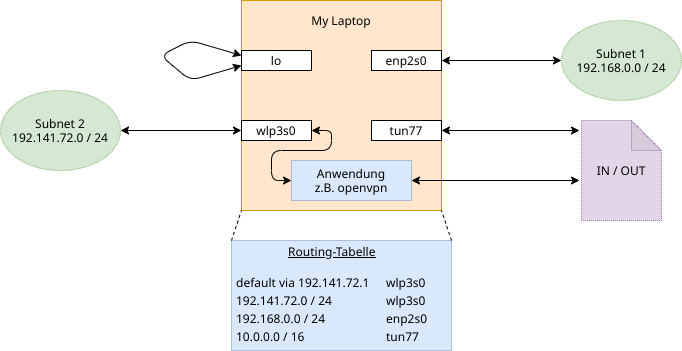
Earlier version of the draw.io export latex/interfaces02.png (lucaswzyk/pres_tun_tap). Source tidied: cells renumbered, new cells last; positions are measured from the earlier drawing's top-left corner, leaving out a move shared by most shapes. Source of this version:
```xml
<mxGraphModel>
  <root>
    <mxCell id="0" />
    <mxCell id="1" parent="0" />
    <mxCell id="2" style="rounded=0;whiteSpace=wrap;html=1;fillColor=#ffe6cc;strokeColor=#d79b00;" parent="1" vertex="1">
      <mxGeometry x="241" width="200" height="210" as="geometry" />
    </mxCell>
    <mxCell id="3" value="My Laptop" style="text;html=1;strokeColor=none;fillColor=none;align=center;verticalAlign=middle;whiteSpace=wrap;rounded=0;" parent="1" vertex="1">
      <mxGeometry x="301" y="10" width="80" height="20" as="geometry" />
    </mxCell>
    <mxCell id="4" value="lo" style="rounded=0;whiteSpace=wrap;html=1;" parent="1" vertex="1">
      <mxGeometry x="241" y="50" width="70" height="20" as="geometry" />
    </mxCell>
    <mxCell id="5" value="enp2s0" style="rounded=0;whiteSpace=wrap;html=1;" parent="1" vertex="1">
      <mxGeometry x="371" y="50" width="70" height="20" as="geometry" />
    </mxCell>
    <mxCell id="6" value="wlp3s0" style="rounded=0;whiteSpace=wrap;html=1;" parent="1" vertex="1">
      <mxGeometry x="241" y="120" width="70" height="20" as="geometry" />
    </mxCell>
    <mxCell id="7" value="Subnet 2&lt;br&gt;192.141.72.0 / 24" style="ellipse;whiteSpace=wrap;html=1;dashed=1;dashPattern=1 1;fillColor=#d5e8d4;strokeColor=#82b366;" parent="1" vertex="1">
      <mxGeometry y="90" width="120" height="80" as="geometry" />
    </mxCell>
    <mxCell id="8" style="endArrow=classic;startArrow=classic;html=1;entryX=0;entryY=0.5;entryDx=0;entryDy=0;exitX=1;exitY=0.5;exitDx=0;exitDy=0;" parent="1" edge="1" source="5" target="10">
      <mxGeometry relative="1" as="geometry" />
    </mxCell>
    <mxCell id="9" style="endArrow=classic;startArrow=classic;html=1;exitX=1;exitY=0.5;exitDx=0;exitDy=0;entryX=0;entryY=0.5;entryDx=0;entryDy=0;" parent="1" edge="1" source="7" target="6">
      <mxGeometry relative="1" as="geometry" />
    </mxCell>
    <mxCell id="10" value="Subnet 1&lt;br&gt;192.168.0.0 / 24" style="ellipse;whiteSpace=wrap;html=1;dashed=1;dashPattern=1 1;fillColor=#d5e8d4;strokeColor=#82b366;" parent="1" vertex="1">
      <mxGeometry x="561" y="20" width="120" height="80" as="geometry" />
    </mxCell>
    <mxCell id="11" style="endArrow=classic;startArrow=classic;html=1;entryX=0;entryY=0.25;entryDx=0;entryDy=0;exitX=0;exitY=0.75;exitDx=0;exitDy=0;" parent="1" edge="1" source="4" target="4">
      <mxGeometry relative="1" as="geometry">
        <Array as="points">
          <mxPoint x="190" y="80" />
          <mxPoint x="160" y="55" />
          <mxPoint x="190" y="40" />
        </Array>
      </mxGeometry>
    </mxCell>
    <mxCell id="12" value="&lt;div style=&quot;text-align: center&quot;&gt;&lt;span&gt;&lt;u&gt;Routing-Tabelle&lt;/u&gt;&lt;/span&gt;&lt;/div&gt;&lt;div&gt;&lt;span&gt;&lt;u&gt;&lt;br&gt;&lt;/u&gt;&lt;/span&gt;&lt;/div&gt;&lt;table&gt;&lt;tbody&gt;&lt;tr&gt;&lt;td&gt;default via 192.141.72.1&amp;nbsp; &amp;nbsp;&amp;nbsp;&lt;br&gt;&lt;/td&gt;&lt;td&gt;wlp3s0&lt;br&gt;&lt;/td&gt;&lt;/tr&gt;&lt;tr&gt;&lt;td&gt;192.141.72.0 / 24&lt;br&gt;&lt;/td&gt;&lt;td&gt;wlp3s0&lt;br&gt;&lt;/td&gt;&lt;/tr&gt;&lt;tr&gt;&lt;td&gt;192.168.0.0 / 24&lt;br&gt;&lt;/td&gt;&lt;td&gt;enp2s0&lt;br&gt;&lt;/td&gt;&lt;/tr&gt;&lt;tr&gt;&lt;td&gt;10.0.0.0 / 16&lt;/td&gt;&lt;td&gt;tun77&lt;/td&gt;&lt;/tr&gt;&lt;/tbody&gt;&lt;/table&gt;" style="rounded=0;whiteSpace=wrap;html=1;dashed=1;dashPattern=1 1;fillColor=#dae8fc;strokeColor=#6c8ebf;align=left;" parent="1" vertex="1">
      <mxGeometry x="231" y="240" width="220" height="110" as="geometry" />
    </mxCell>
    <mxCell id="13" style="endArrow=none;dashed=1;html=1;exitX=0;exitY=0;exitDx=0;exitDy=0;entryX=0;entryY=1;entryDx=0;entryDy=0;" parent="1" edge="1" source="12" target="2">
      <mxGeometry relative="1" as="geometry" />
    </mxCell>
    <mxCell id="14" style="endArrow=none;dashed=1;html=1;exitX=1;exitY=0;exitDx=0;exitDy=0;entryX=1;entryY=1;entryDx=0;entryDy=0;" parent="1" edge="1" source="12" target="2">
      <mxGeometry relative="1" as="geometry" />
    </mxCell>
    <mxCell id="15" value="tun77" style="rounded=0;whiteSpace=wrap;html=1;" parent="1" vertex="1">
      <mxGeometry x="371" y="120" width="70" height="20" as="geometry" />
    </mxCell>
    <mxCell id="16" value="IN / OUT" style="shape=note;whiteSpace=wrap;html=1;backgroundOutline=1;darkOpacity=0.05;dashed=1;dashPattern=1 1;fillColor=#e1d5e7;strokeColor=#9673a6;" parent="1" vertex="1">
      <mxGeometry x="581" y="120" width="80" height="100" as="geometry" />
    </mxCell>
    <mxCell id="17" style="endArrow=classic;startArrow=classic;html=1;exitX=1;exitY=0.5;exitDx=0;exitDy=0;" parent="1" edge="1" source="15">
      <mxGeometry relative="1" as="geometry">
        <mxPoint x="579" y="130" as="targetPoint" />
      </mxGeometry>
    </mxCell>
    <mxCell id="18" value="Anwendung&lt;br&gt;z.B. openvpn" style="rounded=0;whiteSpace=wrap;html=1;dashed=1;dashPattern=1 1;fillColor=#dae8fc;strokeColor=#6c8ebf;" parent="1" vertex="1">
      <mxGeometry x="291" y="160" width="120" height="40" as="geometry" />
    </mxCell>
    <mxCell id="19" style="endArrow=classic;startArrow=classic;html=1;entryX=-0.025;entryY=0.6;entryDx=0;entryDy=0;entryPerimeter=0;exitX=1;exitY=0.5;exitDx=0;exitDy=0;" parent="1" edge="1" source="18" target="16">
      <mxGeometry relative="1" as="geometry" />
    </mxCell>
    <mxCell id="20" style="endArrow=classic;startArrow=classic;html=1;entryX=1;entryY=0.5;entryDx=0;entryDy=0;exitX=0;exitY=0.5;exitDx=0;exitDy=0;exitPerimeter=0;" parent="1" edge="1" source="18" target="6">
      <mxGeometry relative="1" as="geometry">
        <Array as="points">
          <mxPoint x="271" y="180" />
          <mxPoint x="271" y="150" />
          <mxPoint x="331" y="150" />
          <mxPoint x="331" y="130" />
        </Array>
      </mxGeometry>
    </mxCell>
  </root>
</mxGraphModel>
```
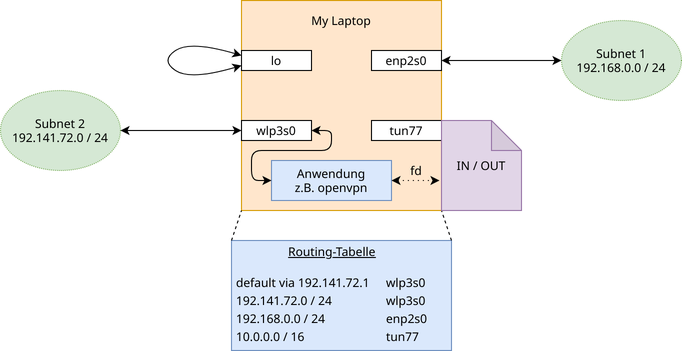
The same file after the commit.

Diff of the diagram source:
```diff
@@ -29,16 +29,16 @@
     <mxCell id="10" value="Subnet 1&lt;br&gt;192.168.0.0 / 24" style="ellipse;whiteSpace=wrap;html=1;dashed=1;dashPattern=1 1;fillColor=#d5e8d4;strokeColor=#82b366;" parent="1" vertex="1">
       <mxGeometry x="561" y="20" width="120" height="80" as="geometry" />
     </mxCell>
-    <mxCell id="11" style="endArrow=classic;startArrow=classic;html=1;entryX=0;entryY=0.25;entryDx=0;entryDy=0;exitX=0;exitY=0.75;exitDx=0;exitDy=0;" parent="1" edge="1" source="4" target="4">
+    <mxCell id="11" style="endArrow=classic;startArrow=classic;html=1;entryX=0;entryY=0.25;entryDx=0;entryDy=0;exitX=0;exitY=0.75;exitDx=0;exitDy=0;curved=1;" parent="1" edge="1" source="4" target="4">
       <mxGeometry relative="1" as="geometry">
         <Array as="points">
           <mxPoint x="190" y="80" />
-          <mxPoint x="160" y="55" />
+          <mxPoint x="160" y="60" />
           <mxPoint x="190" y="40" />
         </Array>
       </mxGeometry>
     </mxCell>
-    <mxCell id="12" value="&lt;div style=&quot;text-align: center&quot;&gt;&lt;span&gt;&lt;u&gt;Routing-Tabelle&lt;/u&gt;&lt;/span&gt;&lt;/div&gt;&lt;div&gt;&lt;span&gt;&lt;u&gt;&lt;br&gt;&lt;/u&gt;&lt;/span&gt;&lt;/div&gt;&lt;table&gt;&lt;tbody&gt;&lt;tr&gt;&lt;td&gt;default via 192.141.72.1&amp;nbsp; &amp;nbsp;&amp;nbsp;&lt;br&gt;&lt;/td&gt;&lt;td&gt;wlp3s0&lt;br&gt;&lt;/td&gt;&lt;/tr&gt;&lt;tr&gt;&lt;td&gt;192.141.72.0 / 24&lt;br&gt;&lt;/td&gt;&lt;td&gt;wlp3s0&lt;br&gt;&lt;/td&gt;&lt;/tr&gt;&lt;tr&gt;&lt;td&gt;192.168.0.0 / 24&lt;br&gt;&lt;/td&gt;&lt;td&gt;enp2s0&lt;br&gt;&lt;/td&gt;&lt;/tr&gt;&lt;tr&gt;&lt;td&gt;10.0.0.0 / 16&lt;/td&gt;&lt;td&gt;tun77&lt;/td&gt;&lt;/tr&gt;&lt;/tbody&gt;&lt;/table&gt;" style="rounded=0;whiteSpace=wrap;html=1;dashed=1;dashPattern=1 1;fillColor=#dae8fc;strokeColor=#6c8ebf;align=left;" parent="1" vertex="1">
+    <mxCell id="12" value="&lt;div style=&quot;text-align: center&quot;&gt;&lt;span&gt;&lt;u&gt;Routing-Tabelle&lt;/u&gt;&lt;/span&gt;&lt;/div&gt;&lt;div&gt;&lt;span&gt;&lt;u&gt;&lt;br&gt;&lt;/u&gt;&lt;/span&gt;&lt;/div&gt;&lt;table&gt;&lt;tbody&gt;&lt;tr&gt;&lt;td&gt;default via 192.141.72.1&amp;nbsp; &amp;nbsp;&amp;nbsp;&lt;br&gt;&lt;/td&gt;&lt;td&gt;wlp3s0&lt;br&gt;&lt;/td&gt;&lt;/tr&gt;&lt;tr&gt;&lt;td&gt;192.141.72.0 / 24&lt;br&gt;&lt;/td&gt;&lt;td&gt;wlp3s0&lt;br&gt;&lt;/td&gt;&lt;/tr&gt;&lt;tr&gt;&lt;td&gt;192.168.0.0 / 24&lt;br&gt;&lt;/td&gt;&lt;td&gt;enp2s0&lt;br&gt;&lt;/td&gt;&lt;/tr&gt;&lt;tr&gt;&lt;td&gt;10.0.0.0 / 16&lt;/td&gt;&lt;td&gt;tun77&lt;/td&gt;&lt;/tr&gt;&lt;/tbody&gt;&lt;/table&gt;" style="rounded=0;whiteSpace=wrap;html=1;fillColor=#dae8fc;strokeColor=#6c8ebf;align=left;" parent="1" vertex="1">
       <mxGeometry x="231" y="240" width="220" height="110" as="geometry" />
     </mxCell>
     <mxCell id="13" style="endArrow=none;dashed=1;html=1;exitX=0;exitY=0;exitDx=0;exitDy=0;entryX=0;entryY=1;entryDx=0;entryDy=0;" parent="1" edge="1" source="12" target="2">
@@ -50,29 +50,29 @@
     <mxCell id="15" value="tun77" style="rounded=0;whiteSpace=wrap;html=1;" parent="1" vertex="1">
       <mxGeometry x="371" y="120" width="70" height="20" as="geometry" />
     </mxCell>
-    <mxCell id="16" value="IN / OUT" style="shape=note;whiteSpace=wrap;html=1;backgroundOutline=1;darkOpacity=0.05;dashed=1;dashPattern=1 1;fillColor=#e1d5e7;strokeColor=#9673a6;" parent="1" vertex="1">
-      <mxGeometry x="581" y="120" width="80" height="100" as="geometry" />
+    <mxCell id="16" value="IN / OUT" style="shape=note;whiteSpace=wrap;html=1;backgroundOutline=1;darkOpacity=0.05;fillColor=#e1d5e7;strokeColor=#9673a6;" parent="1" vertex="1">
+      <mxGeometry x="441" y="120" width="80" height="90" as="geometry" />
     </mxCell>
-    <mxCell id="17" style="endArrow=classic;startArrow=classic;html=1;exitX=1;exitY=0.5;exitDx=0;exitDy=0;" parent="1" edge="1" source="15">
-      <mxGeometry relative="1" as="geometry">
-        <mxPoint x="579" y="130" as="targetPoint" />
-      </mxGeometry>
-    </mxCell>
-    <mxCell id="18" value="Anwendung&lt;br&gt;z.B. openvpn" style="rounded=0;whiteSpace=wrap;html=1;dashed=1;dashPattern=1 1;fillColor=#dae8fc;strokeColor=#6c8ebf;" parent="1" vertex="1">
-      <mxGeometry x="291" y="160" width="120" height="40" as="geometry" />
+    <mxCell id="18" value="Anwendung&lt;br&gt;z.B. openvpn" style="rounded=0;whiteSpace=wrap;html=1;fillColor=#dae8fc;strokeColor=#6c8ebf;" parent="1" vertex="1">
+      <mxGeometry x="271" y="160" width="120" height="40" as="geometry" />
     </mxCell>
-    <mxCell id="19" style="endArrow=classic;startArrow=classic;html=1;entryX=-0.025;entryY=0.6;entryDx=0;entryDy=0;entryPerimeter=0;exitX=1;exitY=0.5;exitDx=0;exitDy=0;" parent="1" edge="1" source="18" target="16">
-      <mxGeometry relative="1" as="geometry" />
+    <mxCell id="19" style="endArrow=classic;startArrow=classic;html=1;exitX=1;exitY=0.5;exitDx=0;exitDy=0;dashed=1;dashPattern=1 4;" parent="1" edge="1" source="18">
+      <mxGeometry relative="1" as="geometry">
+        <mxPoint x="439" y="180" as="targetPoint" />
+      </mxGeometry>
     </mxCell>
     <mxCell id="20" style="endArrow=classic;startArrow=classic;html=1;entryX=1;entryY=0.5;entryDx=0;entryDy=0;exitX=0;exitY=0.5;exitDx=0;exitDy=0;exitPerimeter=0;" parent="1" edge="1" source="18" target="6">
       <mxGeometry relative="1" as="geometry">
         <Array as="points">
-          <mxPoint x="271" y="180" />
-          <mxPoint x="271" y="150" />
+          <mxPoint x="251" y="180" />
+          <mxPoint x="251" y="150" />
           <mxPoint x="331" y="150" />
           <mxPoint x="331" y="130" />
         </Array>
       </mxGeometry>
     </mxCell>
+    <mxCell id="21" value="fd" style="text;html=1;strokeColor=none;fillColor=none;align=center;verticalAlign=middle;whiteSpace=wrap;rounded=0;" parent="1" vertex="1">
+      <mxGeometry x="391" y="160" width="50" height="20" as="geometry" />
+    </mxCell>
   </root>
 </mxGraphModel>
```
